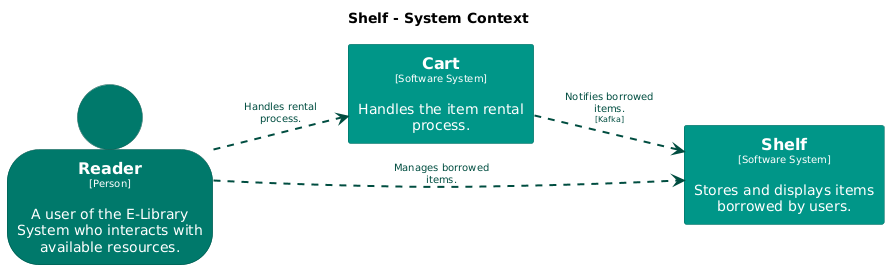
This is main/png/SystemContext-002.png from Goodmorning918/E-Library-Architecture, a PlantUML export, as it was before one commit.
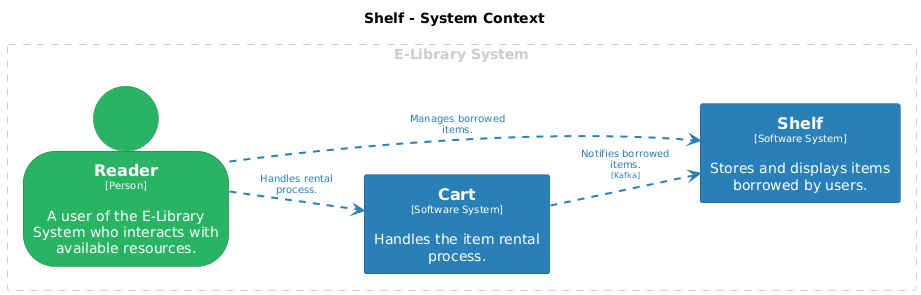
Later version of the same file.

Diff of the diagram source:
```diff
@@ -14,29 +14,36 @@
 hide stereotype
 
 skinparam rectangle<<Cart>> {
-  BackgroundColor #009688
+  BackgroundColor #2980b9
   FontColor #ffffff
-  BorderColor #00695f
+  BorderColor #1c5981
   shadowing false
 }
 skinparam person<<Reader>> {
-  BackgroundColor #00796b
+  BackgroundColor #28b463
   FontColor #ffffff
-  BorderColor #00544a
+  BorderColor #1c7d45
   shadowing false
 }
 skinparam rectangle<<Shelf>> {
-  BackgroundColor #009688
+  BackgroundColor #2980b9
   FontColor #ffffff
-  BorderColor #00695f
+  BorderColor #1c5981
   shadowing false
 }
 
-person "==Reader\n<size:10>[Person]</size>\n\nA user of the E-Library System who interacts with available resources." <<Reader>> as Reader
-rectangle "==Cart\n<size:10>[Software System]</size>\n\nHandles the item rental process." <<Cart>> as Cart
-rectangle "==Shelf\n<size:10>[Software System]</size>\n\nStores and displays items borrowed by users." <<Shelf>> as Shelf
+rectangle "E-Library System" <<group1>> as group1 {
+  skinparam RectangleBorderColor<<group1>> #cccccc
+  skinparam RectangleFontColor<<group1>> #cccccc
+  skinparam RectangleBorderStyle<<group1>> dashed
 
-Reader .[#004d40,thickness=2].> Shelf : "<color:#004d40>Manages borrowed items."
-Reader .[#004d40,thickness=2].> Cart : "<color:#004d40>Handles rental process."
-Cart .[#004d40,thickness=2].> Shelf : "<color:#004d40>Notifies borrowed items.\n<color:#004d40><size:8>[Kafka]</size>"
+  person "==Reader\n<size:10>[Person]</size>\n\nA user of the E-Library System who interacts with available resources." <<Reader>> as Reader
+  rectangle "==Cart\n<size:10>[Software System]</size>\n\nHandles the item rental process." <<Cart>> as Cart
+  rectangle "==Shelf\n<size:10>[Software System]</size>\n\nStores and displays items borrowed by users." <<Shelf>> as Shelf
+}
+
+
+Reader .[#2980b9,thickness=2].> Shelf : "<color:#2980b9>Manages borrowed items."
+Reader .[#2980b9,thickness=2].> Cart : "<color:#2980b9>Handles rental process."
+Cart .[#2980b9,thickness=2].> Shelf : "<color:#2980b9>Notifies borrowed items.\n<color:#2980b9><size:8>[Kafka]</size>"
 @enduml
```
